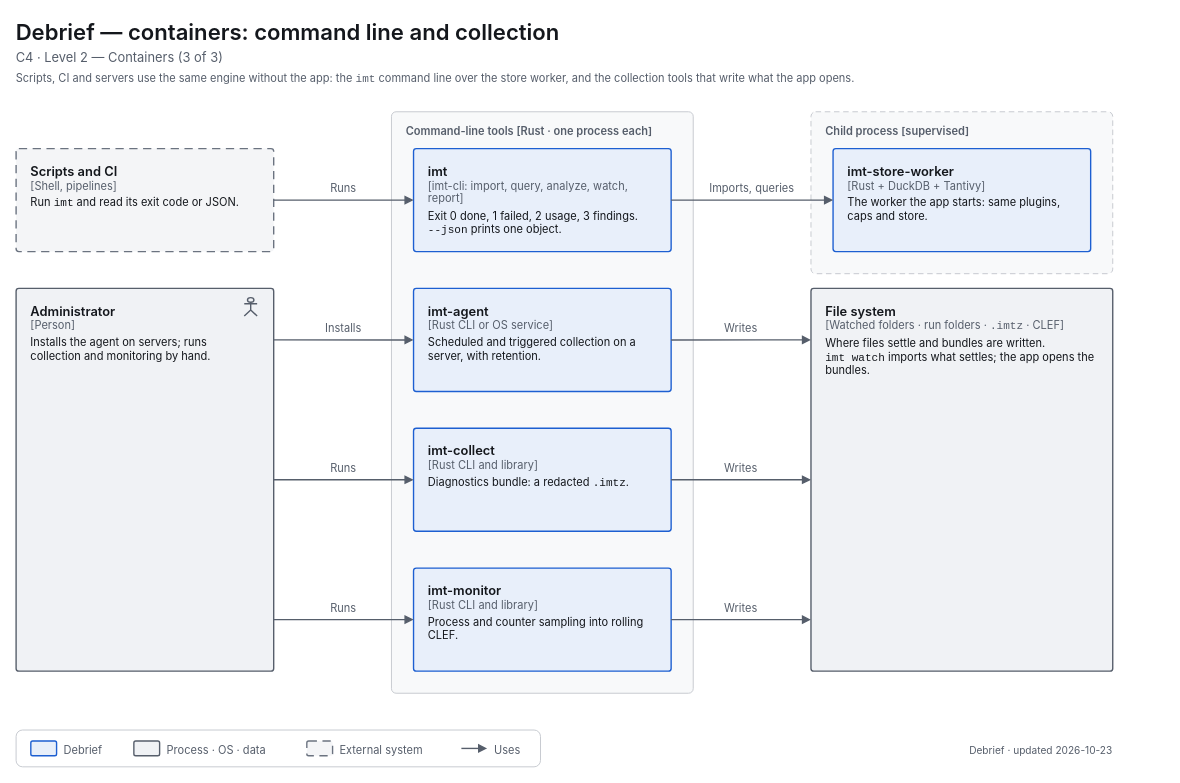
This is docs/diagrams/c4-2-containers-headless.drawio from decryp7/integrated_maintenance_tool, a draw.io file, before an edit. Source tidied: cells renumbered, new cells numbered last; positions are measured from the earlier drawing's top-left corner, leaving out a move shared by most shapes. Both pictures are drawn from the tidied source at 92%, with x=0, y=0 at pixel (16, 16).
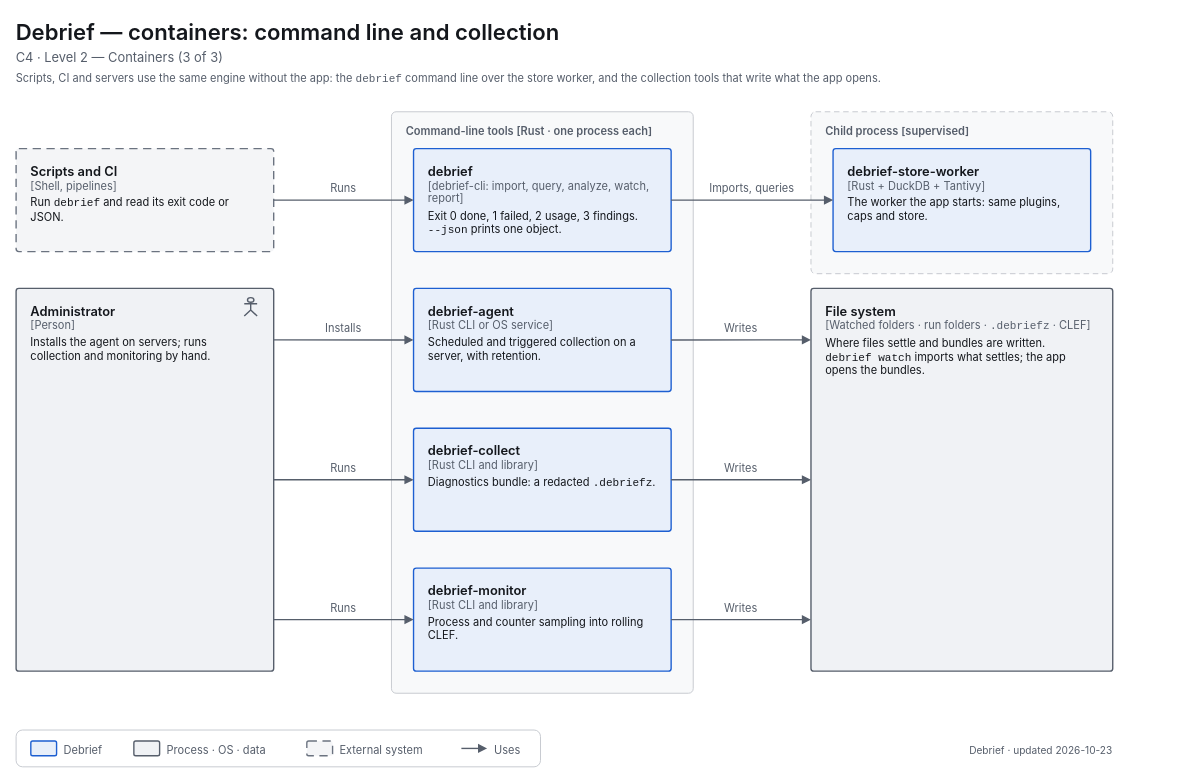
The same diagram, later.

Change to the diagram source:
```diff
@@
-    <mxCell id="4" value="&lt;span style=&quot;font-size:12px;font-weight:400&quot;&gt;Scripts, CI and servers use the same engine without the app: the &lt;span style=&quot;font-family:ui-monospace,SF Mono,Cascadia Mono,Consolas,monospace;white-space:nowrap&quot;&gt;imt&lt;/span&gt; command line over the store worker, and the collection tools that write what the app opens.&lt;/span&gt;" style="html=1;whiteSpace=wrap;fontFamily=-apple-system,BlinkMacSystemFont,Segoe UI,system-ui,sans-serif;fontSize=12;fontColor=light-dark(#14171C,#ECEEF1);text;strokeColor=none;fillColor=none;align=left;verticalAlign=top;spacing=0;fontColor=light-dark(#565E6B,#A0A7B2);" parent="1" vertex="1">
+    <mxCell id="4" value="&lt;span style=&quot;font-size:12px;font-weight:400&quot;&gt;Scripts, CI and servers use the same engine without the app: the &lt;span style=&quot;font-family:ui-monospace,SF Mono,Cascadia Mono,Consolas,monospace;white-space:nowrap&quot;&gt;debrief&lt;/span&gt; command line over the store worker, and the collection tools that write what the app opens.&lt;/span&gt;" style="html=1;whiteSpace=wrap;fontFamily=-apple-system,BlinkMacSystemFont,Segoe UI,system-ui,sans-serif;fontSize=12;fontColor=light-dark(#14171C,#ECEEF1);text;strokeColor=none;fillColor=none;align=left;verticalAlign=top;spacing=0;fontColor=light-dark(#565E6B,#A0A7B2);" parent="1" vertex="1">
       <mxGeometry y="56" width="1248" height="20" as="geometry" />
     </mxCell>
-    <mxCell id="5" value="&lt;span style=&quot;font-size:14px;font-weight:600&quot;&gt;Scripts and CI&lt;/span&gt;&lt;br&gt;&lt;span style=&quot;font-size:12px;color:light-dark(#565E6B,#A0A7B2)&quot;&gt;[Shell, pipelines]&lt;/span&gt;&lt;br&gt;&lt;div style=&quot;margin-top:4px;font-size:12px&quot;&gt;Run &lt;span style=&quot;font-family:ui-monospace,SF Mono,Cascadia Mono,Consolas,monospace;white-space:nowrap&quot;&gt;imt&lt;/span&gt; and read its exit code or JSON.&lt;/div&gt;" style="html=1;whiteSpace=wrap;fontFamily=-apple-system,BlinkMacSystemFont,Segoe UI,system-ui,sans-serif;fontSize=12;fontColor=light-dark(#14171C,#ECEEF1);rounded=1;absoluteArcSize=1;arcSize=6;strokeWidth=1.5;strokeColor=light-dark(#6B7380,#7F8794);fillColor=light-dark(#F4F5F7,#17191E);dashed=1;dashPattern=6 4;align=left;verticalAlign=top;spacingLeft=14;spacingRight=14;spacingTop=10;spacingBottom=8;" parent="1" vertex="1">
+    <mxCell id="5" value="&lt;span style=&quot;font-size:14px;font-weight:600&quot;&gt;Scripts and CI&lt;/span&gt;&lt;br&gt;&lt;span style=&quot;font-size:12px;color:light-dark(#565E6B,#A0A7B2)&quot;&gt;[Shell, pipelines]&lt;/span&gt;&lt;br&gt;&lt;div style=&quot;margin-top:4px;font-size:12px&quot;&gt;Run &lt;span style=&quot;font-family:ui-monospace,SF Mono,Cascadia Mono,Consolas,monospace;white-space:nowrap&quot;&gt;debrief&lt;/span&gt; and read its exit code or JSON.&lt;/div&gt;" style="html=1;whiteSpace=wrap;fontFamily=-apple-system,BlinkMacSystemFont,Segoe UI,system-ui,sans-serif;fontSize=12;fontColor=light-dark(#14171C,#ECEEF1);rounded=1;absoluteArcSize=1;arcSize=6;strokeWidth=1.5;strokeColor=light-dark(#6B7380,#7F8794);fillColor=light-dark(#F4F5F7,#17191E);dashed=1;dashPattern=6 4;align=left;verticalAlign=top;spacingLeft=14;spacingRight=14;spacingTop=10;spacingBottom=8;" parent="1" vertex="1">
       <mxGeometry y="144" width="280" height="112" as="geometry" />
     </mxCell>
@@
-    <mxCell id="9" value="&lt;span style=&quot;font-size:14px;font-weight:600&quot;&gt;imt&lt;/span&gt;&lt;br&gt;&lt;span style=&quot;font-size:12px;color:light-dark(#565E6B,#A0A7B2)&quot;&gt;[imt-cli: import, query, analyze, watch, report]&lt;/span&gt;&lt;br&gt;&lt;div style=&quot;margin-top:4px;font-size:12px&quot;&gt;Exit 0 done, 1 failed, 2 usage, 3 findings. &lt;span style=&quot;font-family:ui-monospace,SF Mono,Cascadia Mono,Consolas,monospace;white-space:nowrap&quot;&gt;--json&lt;/span&gt; prints one object.&lt;/div&gt;" style="html=1;whiteSpace=wrap;fontFamily=-apple-system,BlinkMacSystemFont,Segoe UI,system-ui,sans-serif;fontSize=12;fontColor=light-dark(#14171C,#ECEEF1);rounded=1;absoluteArcSize=1;arcSize=6;strokeWidth=1.5;strokeColor=light-dark(#1D5FD1,#5B9BFF);fillColor=light-dark(#E8EFFA,#202C3F);align=left;verticalAlign=top;spacingLeft=14;spacingRight=14;spacingTop=10;spacingBottom=8;" parent="1" vertex="1">
+    <mxCell id="9" value="&lt;span style=&quot;font-size:14px;font-weight:600&quot;&gt;debrief&lt;/span&gt;&lt;br&gt;&lt;span style=&quot;font-size:12px;color:light-dark(#565E6B,#A0A7B2)&quot;&gt;[debrief-cli: import, query, analyze, watch, report]&lt;/span&gt;&lt;br&gt;&lt;div style=&quot;margin-top:4px;font-size:12px&quot;&gt;Exit 0 done, 1 failed, 2 usage, 3 findings. &lt;span style=&quot;font-family:ui-monospace,SF Mono,Cascadia Mono,Consolas,monospace;white-space:nowrap&quot;&gt;--json&lt;/span&gt; prints one object.&lt;/div&gt;" style="html=1;whiteSpace=wrap;fontFamily=-apple-system,BlinkMacSystemFont,Segoe UI,system-ui,sans-serif;fontSize=12;fontColor=light-dark(#14171C,#ECEEF1);rounded=1;absoluteArcSize=1;arcSize=6;strokeWidth=1.5;strokeColor=light-dark(#1D5FD1,#5B9BFF);fillColor=light-dark(#E8EFFA,#202C3F);align=left;verticalAlign=top;spacingLeft=14;spacingRight=14;spacingTop=10;spacingBottom=8;" parent="1" vertex="1">
       <mxGeometry x="432" y="144" width="280" height="112" as="geometry" />
     </mxCell>
-    <mxCell id="10" value="&lt;span style=&quot;font-size:14px;font-weight:600&quot;&gt;imt-agent&lt;/span&gt;&lt;br&gt;&lt;span style=&quot;font-size:12px;color:light-dark(#565E6B,#A0A7B2)&quot;&gt;[Rust CLI or OS service]&lt;/span&gt;&lt;br&gt;&lt;div style=&quot;margin-top:4px;font-size:12px&quot;&gt;Scheduled and triggered collection on a server, with retention.&lt;/div&gt;" style="html=1;whiteSpace=wrap;fontFamily=-apple-system,BlinkMacSystemFont,Segoe UI,system-ui,sans-serif;fontSize=12;fontColor=light-dark(#14171C,#ECEEF1);rounded=1;absoluteArcSize=1;arcSize=6;strokeWidth=1.5;strokeColor=light-dark(#1D5FD1,#5B9BFF);fillColor=light-dark(#E8EFFA,#202C3F);align=left;verticalAlign=top;spacingLeft=14;spacingRight=14;spacingTop=10;spacingBottom=8;" parent="1" vertex="1">
+    <mxCell id="10" value="&lt;span style=&quot;font-size:14px;font-weight:600&quot;&gt;debrief-agent&lt;/span&gt;&lt;br&gt;&lt;span style=&quot;font-size:12px;color:light-dark(#565E6B,#A0A7B2)&quot;&gt;[Rust CLI or OS service]&lt;/span&gt;&lt;br&gt;&lt;div style=&quot;margin-top:4px;font-size:12px&quot;&gt;Scheduled and triggered collection on a server, with retention.&lt;/div&gt;" style="html=1;whiteSpace=wrap;fontFamily=-apple-system,BlinkMacSystemFont,Segoe UI,system-ui,sans-serif;fontSize=12;fontColor=light-dark(#14171C,#ECEEF1);rounded=1;absoluteArcSize=1;arcSize=6;strokeWidth=1.5;strokeColor=light-dark(#1D5FD1,#5B9BFF);fillColor=light-dark(#E8EFFA,#202C3F);align=left;verticalAlign=top;spacingLeft=14;spacingRight=14;spacingTop=10;spacingBottom=8;" parent="1" vertex="1">
       <mxGeometry x="432" y="296" width="280" height="112" as="geometry" />
     </mxCell>
-    <mxCell id="11" value="&lt;span style=&quot;font-size:14px;font-weight:600&quot;&gt;imt-collect&lt;/span&gt;&lt;br&gt;&lt;span style=&quot;font-size:12px;color:light-dark(#565E6B,#A0A7B2)&quot;&gt;[Rust CLI and library]&lt;/span&gt;&lt;br&gt;&lt;div style=&quot;margin-top:4px;font-size:12px&quot;&gt;Diagnostics bundle: a redacted &lt;span style=&quot;font-family:ui-monospace,SF Mono,Cascadia Mono,Consolas,monospace;white-space:nowrap&quot;&gt;.imtz&lt;/span&gt;.&lt;/div&gt;" style="html=1;whiteSpace=wrap;fontFamily=-apple-system,BlinkMacSystemFont,Segoe UI,system-ui,sans-serif;fontSize=12;fontColor=light-dark(#14171C,#ECEEF1);rounded=1;absoluteArcSize=1;arcSize=6;strokeWidth=1.5;strokeColor=light-dark(#1D5FD1,#5B9BFF);fillColor=light-dark(#E8EFFA,#202C3F);align=left;verticalAlign=top;spacingLeft=14;spacingRight=14;spacingTop=10;spacingBottom=8;" parent="1" vertex="1">
+    <mxCell id="11" value="&lt;span style=&quot;font-size:14px;font-weight:600&quot;&gt;debrief-collect&lt;/span&gt;&lt;br&gt;&lt;span style=&quot;font-size:12px;color:light-dark(#565E6B,#A0A7B2)&quot;&gt;[Rust CLI and library]&lt;/span&gt;&lt;br&gt;&lt;div style=&quot;margin-top:4px;font-size:12px&quot;&gt;Diagnostics bundle: a redacted &lt;span style=&quot;font-family:ui-monospace,SF Mono,Cascadia Mono,Consolas,monospace;white-space:nowrap&quot;&gt;.debriefz&lt;/span&gt;.&lt;/div&gt;" style="html=1;whiteSpace=wrap;fontFamily=-apple-system,BlinkMacSystemFont,Segoe UI,system-ui,sans-serif;fontSize=12;fontColor=light-dark(#14171C,#ECEEF1);rounded=1;absoluteArcSize=1;arcSize=6;strokeWidth=1.5;strokeColor=light-dark(#1D5FD1,#5B9BFF);fillColor=light-dark(#E8EFFA,#202C3F);align=left;verticalAlign=top;spacingLeft=14;spacingRight=14;spacingTop=10;spacingBottom=8;" parent="1" vertex="1">
       <mxGeometry x="432" y="448" width="280" height="112" as="geometry" />
     </mxCell>
-    <mxCell id="12" value="&lt;span style=&quot;font-size:14px;font-weight:600&quot;&gt;imt-monitor&lt;/span&gt;&lt;br&gt;&lt;span style=&quot;font-size:12px;color:light-dark(#565E6B,#A0A7B2)&quot;&gt;[Rust CLI and library]&lt;/span&gt;&lt;br&gt;&lt;div style=&quot;margin-top:4px;font-size:12px&quot;&gt;Process and counter sampling into rolling CLEF.&lt;/div&gt;" style="html=1;whiteSpace=wrap;fontFamily=-apple-system,BlinkMacSystemFont,Segoe UI,system-ui,sans-serif;fontSize=12;fontColor=light-dark(#14171C,#ECEEF1);rounded=1;absoluteArcSize=1;arcSize=6;strokeWidth=1.5;strokeColor=light-dark(#1D5FD1,#5B9BFF);fillColor=light-dark(#E8EFFA,#202C3F);align=left;verticalAlign=top;spacingLeft=14;spacingRight=14;spacingTop=10;spacingBottom=8;" parent="1" vertex="1">
+    <mxCell id="12" value="&lt;span style=&quot;font-size:14px;font-weight:600&quot;&gt;debrief-monitor&lt;/span&gt;&lt;br&gt;&lt;span style=&quot;font-size:12px;color:light-dark(#565E6B,#A0A7B2)&quot;&gt;[Rust CLI and library]&lt;/span&gt;&lt;br&gt;&lt;div style=&quot;margin-top:4px;font-size:12px&quot;&gt;Process and counter sampling into rolling CLEF.&lt;/div&gt;" style="html=1;whiteSpace=wrap;fontFamily=-apple-system,BlinkMacSystemFont,Segoe UI,system-ui,sans-serif;fontSize=12;fontColor=light-dark(#14171C,#ECEEF1);rounded=1;absoluteArcSize=1;arcSize=6;strokeWidth=1.5;strokeColor=light-dark(#1D5FD1,#5B9BFF);fillColor=light-dark(#E8EFFA,#202C3F);align=left;verticalAlign=top;spacingLeft=14;spacingRight=14;spacingTop=10;spacingBottom=8;" parent="1" vertex="1">
       <mxGeometry x="432" y="600" width="280" height="112" as="geometry" />
     </mxCell>
@@
-    <mxCell id="14" value="&lt;span style=&quot;font-size:14px;font-weight:600&quot;&gt;imt-store-worker&lt;/span&gt;&lt;br&gt;&lt;span style=&quot;font-size:12px;color:light-dark(#565E6B,#A0A7B2)&quot;&gt;[Rust + DuckDB + Tantivy]&lt;/span&gt;&lt;br&gt;&lt;div style=&quot;margin-top:4px;font-size:12px&quot;&gt;The worker the app starts: same plugins, caps and store.&lt;/div&gt;" style="html=1;whiteSpace=wrap;fontFamily=-apple-system,BlinkMacSystemFont,Segoe UI,system-ui,sans-serif;fontSize=12;fontColor=light-dark(#14171C,#ECEEF1);rounded=1;absoluteArcSize=1;arcSize=6;strokeWidth=1.5;strokeColor=light-dark(#1D5FD1,#5B9BFF);fillColor=light-dark(#E8EFFA,#202C3F);align=left;verticalAlign=top;spacingLeft=14;spacingRight=14;spacingTop=10;spacingBottom=8;" parent="1" vertex="1">
+    <mxCell id="14" value="&lt;span style=&quot;font-size:14px;font-weight:600&quot;&gt;debrief-store-worker&lt;/span&gt;&lt;br&gt;&lt;span style=&quot;font-size:12px;color:light-dark(#565E6B,#A0A7B2)&quot;&gt;[Rust + DuckDB + Tantivy]&lt;/span&gt;&lt;br&gt;&lt;div style=&quot;margin-top:4px;font-size:12px&quot;&gt;The worker the app starts: same plugins, caps and store.&lt;/div&gt;" style="html=1;whiteSpace=wrap;fontFamily=-apple-system,BlinkMacSystemFont,Segoe UI,system-ui,sans-serif;fontSize=12;fontColor=light-dark(#14171C,#ECEEF1);rounded=1;absoluteArcSize=1;arcSize=6;strokeWidth=1.5;strokeColor=light-dark(#1D5FD1,#5B9BFF);fillColor=light-dark(#E8EFFA,#202C3F);align=left;verticalAlign=top;spacingLeft=14;spacingRight=14;spacingTop=10;spacingBottom=8;" parent="1" vertex="1">
       <mxGeometry x="888" y="144" width="280" height="112" as="geometry" />
     </mxCell>
-    <mxCell id="15" value="&lt;span style=&quot;font-size:14px;font-weight:600&quot;&gt;File system&lt;/span&gt;&lt;br&gt;&lt;span style=&quot;font-size:12px;color:light-dark(#565E6B,#A0A7B2)&quot;&gt;[Watched folders · run folders · &lt;span style=&quot;font-family:ui-monospace,SF Mono,Cascadia Mono,Consolas,monospace;white-space:nowrap&quot;&gt;.imtz&lt;/span&gt; · CLEF]&lt;/span&gt;&lt;br&gt;&lt;div style=&quot;margin-top:4px;font-size:12px&quot;&gt;Where files settle and bundles are written. &lt;span style=&quot;font-family:ui-monospace,SF Mono,Cascadia Mono,Consolas,monospace;white-space:nowrap&quot;&gt;imt watch&lt;/span&gt; imports what settles; the app opens the bundles.&lt;/div&gt;" style="html=1;whiteSpace=wrap;fontFamily=-apple-system,BlinkMacSystemFont,Segoe UI,system-ui,sans-serif;fontSize=12;fontColor=light-dark(#14171C,#ECEEF1);rounded=1;absoluteArcSize=1;arcSize=6;strokeWidth=1.5;strokeColor=light-dark(#565E6B,#A0A7B2);fillColor=light-dark(#F0F2F5,#1B1E23);align=left;verticalAlign=top;spacingLeft=14;spacingRight=14;spacingTop=10;spacingBottom=8;" parent="1" vertex="1">
+    <mxCell id="15" value="&lt;span style=&quot;font-size:14px;font-weight:600&quot;&gt;File system&lt;/span&gt;&lt;br&gt;&lt;span style=&quot;font-size:12px;color:light-dark(#565E6B,#A0A7B2)&quot;&gt;[Watched folders · run folders · &lt;span style=&quot;font-family:ui-monospace,SF Mono,Cascadia Mono,Consolas,monospace;white-space:nowrap&quot;&gt;.debriefz&lt;/span&gt; · CLEF]&lt;/span&gt;&lt;br&gt;&lt;div style=&quot;margin-top:4px;font-size:12px&quot;&gt;Where files settle and bundles are written. &lt;span style=&quot;font-family:ui-monospace,SF Mono,Cascadia Mono,Consolas,monospace;white-space:nowrap&quot;&gt;debrief watch&lt;/span&gt; imports what settles; the app opens the bundles.&lt;/div&gt;" style="html=1;whiteSpace=wrap;fontFamily=-apple-system,BlinkMacSystemFont,Segoe UI,system-ui,sans-serif;fontSize=12;fontColor=light-dark(#14171C,#ECEEF1);rounded=1;absoluteArcSize=1;arcSize=6;strokeWidth=1.5;strokeColor=light-dark(#565E6B,#A0A7B2);fillColor=light-dark(#F0F2F5,#1B1E23);align=left;verticalAlign=top;spacingLeft=14;spacingRight=14;spacingTop=10;spacingBottom=8;" parent="1" vertex="1">
       <mxGeometry x="864" y="296" width="328" height="416" as="geometry" />
     </mxCell>
```
